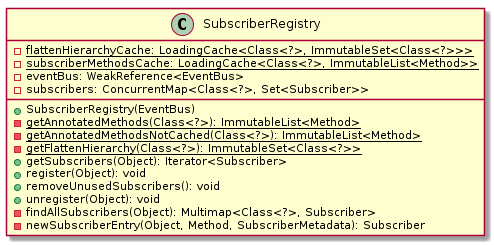
Above: malokhvii-eduard/malokhvii05/doc/plantuml/png/ua.khpi.oop.malokhvii05.common.eventbus.subscribe.SubscriberRegistry.png in P-Kalin/kit26a (PlantUML), before the change.
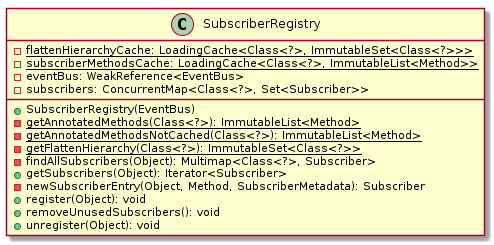
After the commit.

What changed in the source:
```diff
@@ -9,12 +9,12 @@
         {static} -getAnnotatedMethods(Class<?>): ImmutableList<Method>
         {static} -getAnnotatedMethodsNotCached(Class<?>): ImmutableList<Method>
         {static} -getFlattenHierarchy(Class<?>): ImmutableSet<Class<?>>
+        -findAllSubscribers(Object): Multimap<Class<?>, Subscriber>
         +getSubscribers(Object): Iterator<Subscriber>
+        -newSubscriberEntry(Object, Method, SubscriberMetadata): Subscriber
         +register(Object): void
         +removeUnusedSubscribers(): void
         +unregister(Object): void
-        -findAllSubscribers(Object): Multimap<Class<?>, Subscriber>
-        -newSubscriberEntry(Object, Method, SubscriberMetadata): Subscriber
     }
 
 @enduml
```
